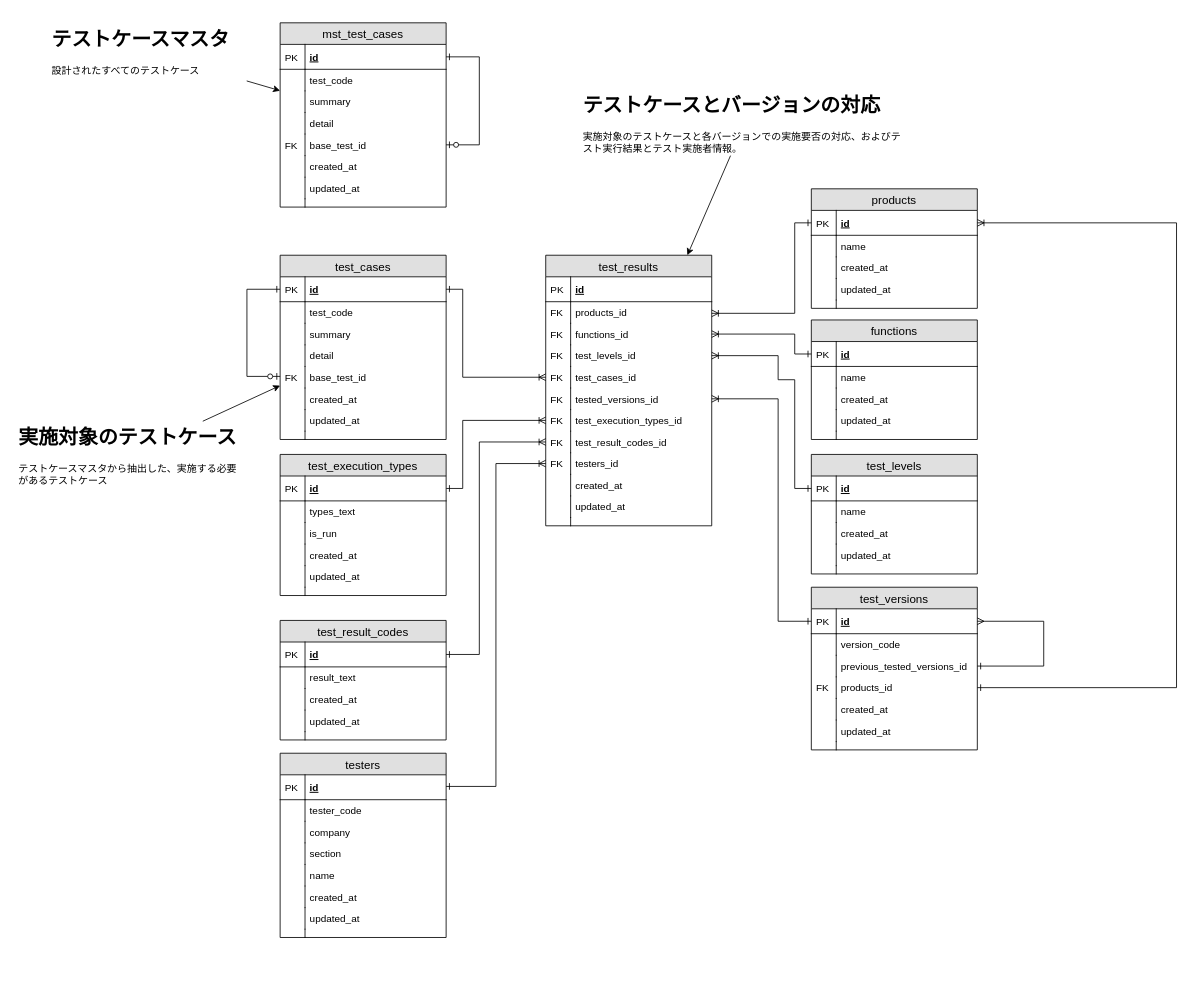
The draw.io diagram doc/design/db/Database_ER.drawio in CountrySideEngineer/TestResultManager, before the edit. Source tidied: cells renumbered, new cells numbered last; positions are measured from the earlier drawing's top-left corner, leaving out a move shared by most shapes. Both pictures are drawn from the tidied source at 83%, with x=0, y=0 at pixel (14, 22).
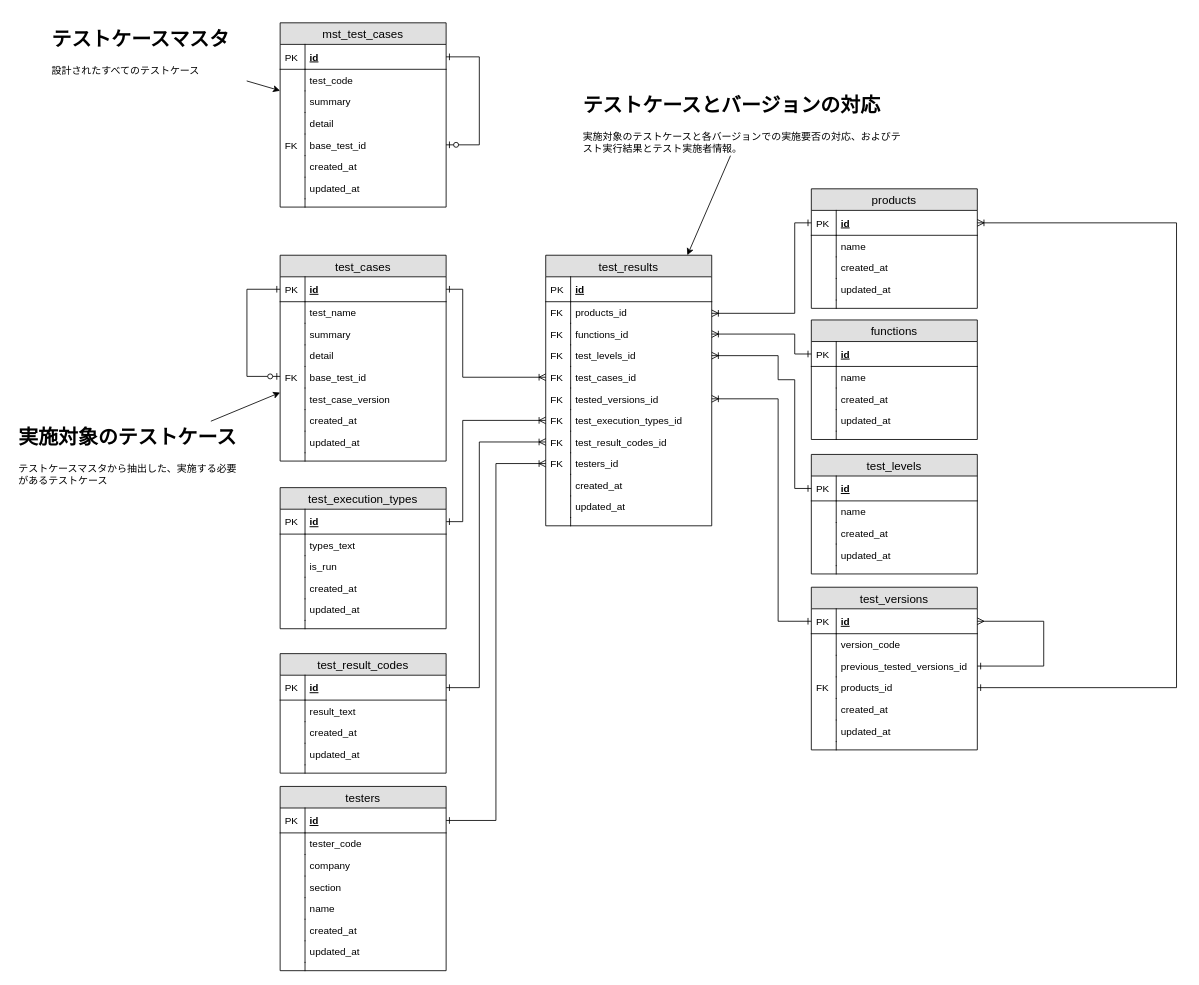
After the change.

Commit message:
Update db table design document.

Unchanged cells that the change refers to:
```xml
<mxCell id="55" value="id" style="shape=partialRectangle;top=0;left=0;right=0;bottom=1;align=left;verticalAlign=middle;fillColor=none;spacingLeft=34;spacingRight=4;overflow=hidden;points=[[0,0.5],[1,0.5]];portConstraint=eastwest;fontStyle=5;fontSize=12;" parent="54" vertex="1">
  <mxGeometry y="26" width="200" height="30" as="geometry" />
</mxCell>
<mxCell id="66" value="id" style="shape=partialRectangle;top=0;left=0;right=0;bottom=1;align=left;verticalAlign=middle;fillColor=none;spacingLeft=34;spacingRight=4;overflow=hidden;points=[[0,0.5],[1,0.5]];portConstraint=eastwest;fontStyle=5;fontSize=12;" parent="65" vertex="1">
  <mxGeometry y="26" width="200" height="30" as="geometry" />
</mxCell>
<mxCell id="95" value="test_execution_types_id" style="shape=partialRectangle;top=0;left=0;right=0;bottom=0;align=left;verticalAlign=top;fillColor=none;spacingLeft=34;spacingRight=4;overflow=hidden;points=[[0,0.5],[1,0.5]];portConstraint=eastwest;fontSize=12;" parent="82" vertex="1">
  <mxGeometry y="186" width="200" height="26" as="geometry" />
</mxCell>
<mxCell id="97" value="test_result_codes_id" style="shape=partialRectangle;top=0;left=0;right=0;bottom=0;align=left;verticalAlign=top;fillColor=none;spacingLeft=34;spacingRight=4;overflow=hidden;points=[[0,0.5],[1,0.5]];portConstraint=eastwest;fontSize=12;" parent="82" vertex="1">
  <mxGeometry y="212" width="200" height="26" as="geometry" />
</mxCell>
<mxCell id="99" value="testers_id" style="shape=partialRectangle;top=0;left=0;right=0;bottom=0;align=left;verticalAlign=top;fillColor=none;spacingLeft=34;spacingRight=4;overflow=hidden;points=[[0,0.5],[1,0.5]];portConstraint=eastwest;fontSize=12;" parent="82" vertex="1">
  <mxGeometry y="238" width="200" height="26" as="geometry" />
</mxCell>
<mxCell id="113" value="id" style="shape=partialRectangle;top=0;left=0;right=0;bottom=1;align=left;verticalAlign=middle;fillColor=none;spacingLeft=34;spacingRight=4;overflow=hidden;points=[[0,0.5],[1,0.5]];portConstraint=eastwest;fontStyle=5;fontSize=12;" parent="112" vertex="1">
  <mxGeometry y="26" width="200" height="30" as="geometry" />
</mxCell>
```

The edit, as a diff of the source:
```diff
@@
     <mxCell id="36" value="test_cases" style="swimlane;fontStyle=0;horizontal=1;startSize=26;fillColor=#e0e0e0;swimlaneFillColor=#ffffff;align=center;fontSize=14;" parent="1" vertex="1">
-      <mxGeometry x="320" y="280" width="200" height="222" as="geometry" />
+      <mxGeometry x="320" y="280" width="200" height="248" as="geometry" />
     </mxCell>
@@
-    <mxCell id="39" value="test_code" style="shape=partialRectangle;top=0;left=0;right=0;bottom=0;align=left;verticalAlign=top;fillColor=none;spacingLeft=34;spacingRight=4;overflow=hidden;fontSize=12;" parent="36" vertex="1">
+    <mxCell id="39" value="test_name" style="shape=partialRectangle;top=0;left=0;right=0;bottom=0;align=left;verticalAlign=top;fillColor=none;spacingLeft=34;spacingRight=4;overflow=hidden;fontSize=12;" parent="36" vertex="1">
       <mxGeometry y="56" width="200" height="26" as="geometry" />
     </mxCell>
@@
+    <mxCell id="168" value="test_case_version" style="shape=partialRectangle;top=0;left=0;right=0;bottom=0;align=left;verticalAlign=top;fillColor=none;spacingLeft=34;spacingRight=4;overflow=hidden;fontSize=12;" parent="36" vertex="1">
+      <mxGeometry y="160" width="200" height="26" as="geometry" />
+    </mxCell>
+    <mxCell id="169" style="shape=partialRectangle;top=0;left=0;bottom=0;fillColor=none;align=left;verticalAlign=top;spacingLeft=4;spacingRight=4;overflow=hidden;fontSize=12;" parent="168" vertex="1">
+      <mxGeometry width="30" height="26" as="geometry" />
+    </mxCell>
     <mxCell id="48" value="created_at" style="shape=partialRectangle;top=0;left=0;right=0;bottom=0;align=left;verticalAlign=top;fillColor=none;spacingLeft=34;spacingRight=4;overflow=hidden;fontSize=12;" parent="36" vertex="1">
-      <mxGeometry y="160" width="200" height="26" as="geometry" />
+      <mxGeometry y="186" width="200" height="26" as="geometry" />
     </mxCell>
@@
     <mxCell id="50" value="updated_at" style="shape=partialRectangle;top=0;left=0;right=0;bottom=0;align=left;verticalAlign=top;fillColor=none;spacingLeft=34;spacingRight=4;overflow=hidden;fontSize=12;" parent="36" vertex="1">
-      <mxGeometry y="186" width="200" height="26" as="geometry" />
+      <mxGeometry y="212" width="200" height="26" as="geometry" />
     </mxCell>
@@
     <mxCell id="52" style="shape=partialRectangle;top=0;left=0;right=0;bottom=0;align=left;verticalAlign=top;fillColor=none;spacingLeft=34;spacingRight=4;overflow=hidden;fontSize=12;" parent="36" vertex="1">
-      <mxGeometry y="212" width="200" height="10" as="geometry" />
+      <mxGeometry y="238" width="200" height="10" as="geometry" />
     </mxCell>
@@
     <mxCell id="54" value="test_result_codes" style="swimlane;fontStyle=0;horizontal=1;startSize=26;fillColor=#e0e0e0;swimlaneFillColor=#ffffff;align=center;fontSize=14;" parent="1" vertex="1">
-      <mxGeometry x="320" y="720" width="200" height="144" as="geometry" />
+      <mxGeometry x="320" y="760" width="200" height="144" as="geometry" />
     </mxCell>
@@
     <mxCell id="65" value="testers" style="swimlane;fontStyle=0;horizontal=1;startSize=26;fillColor=#e0e0e0;swimlaneFillColor=#ffffff;align=center;fontSize=14;" parent="1" vertex="1">
-      <mxGeometry x="320" y="880" width="200" height="222" as="geometry" />
+      <mxGeometry x="320" y="920" width="200" height="222" as="geometry" />
     </mxCell>
@@
     <mxCell id="107" style="edgeStyle=orthogonalEdgeStyle;rounded=0;jettySize=auto;html=1;startArrow=ERone;startFill=0;endArrow=ERoneToMany;endFill=0;" parent="1" edge="1" source="55" target="97">
       <mxGeometry relative="1" as="geometry">
         <Array as="points">
-          <mxPoint x="560" y="761" />
+          <mxPoint x="560" y="801" />
           <mxPoint x="560" y="505" />
         </Array>
       </mxGeometry>
     </mxCell>
     <mxCell id="108" style="edgeStyle=orthogonalEdgeStyle;rounded=0;jettySize=auto;html=1;endArrow=ERoneToMany;endFill=0;startArrow=ERone;startFill=0;" parent="1" edge="1" source="66" target="99">
       <mxGeometry relative="1" as="geometry">
         <Array as="points">
-          <mxPoint x="580" y="920" />
+          <mxPoint x="580" y="961" />
           <mxPoint x="580" y="531" />
         </Array>
       </mxGeometry>
     </mxCell>
@@
     <mxCell id="111" style="edgeStyle=orthogonalEdgeStyle;rounded=0;jettySize=auto;html=1;startArrow=ERone;startFill=0;endArrow=ERoneToMany;endFill=0;" parent="1" edge="1" source="113" target="95">
       <mxGeometry relative="1" as="geometry">
         <Array as="points">
-          <mxPoint x="540" y="561" />
+          <mxPoint x="540" y="601" />
           <mxPoint x="540" y="479" />
         </Array>
       </mxGeometry>
     </mxCell>
     <mxCell id="112" value="test_execution_types" style="swimlane;fontStyle=0;horizontal=1;startSize=26;fillColor=#e0e0e0;swimlaneFillColor=#ffffff;align=center;fontSize=14;" parent="1" vertex="1">
-      <mxGeometry x="320" y="520" width="200" height="170" as="geometry" />
+      <mxGeometry x="320" y="560" width="200" height="170" as="geometry" />
     </mxCell>
```
